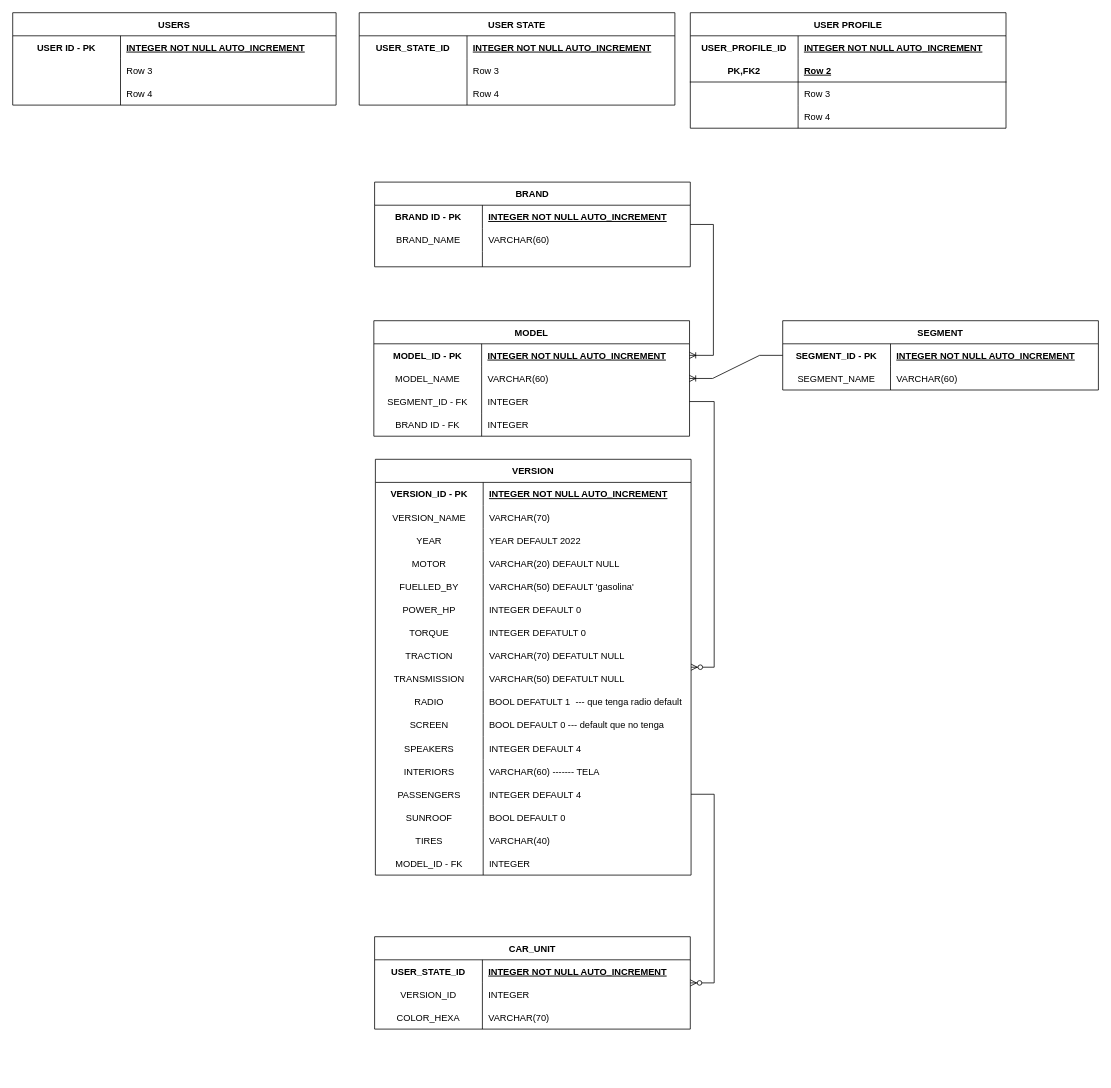
This is Untitled Diagram.drawio from agustinvergara/car-app-backend, a draw.io file, before an edit. Source tidied: cells renumbered, new cells numbered last; positions are measured from the earlier drawing's top-left corner, leaving out a move shared by most shapes. Both pictures are drawn from the tidied source at 77%, with x=0, y=0 at pixel (12, 12).
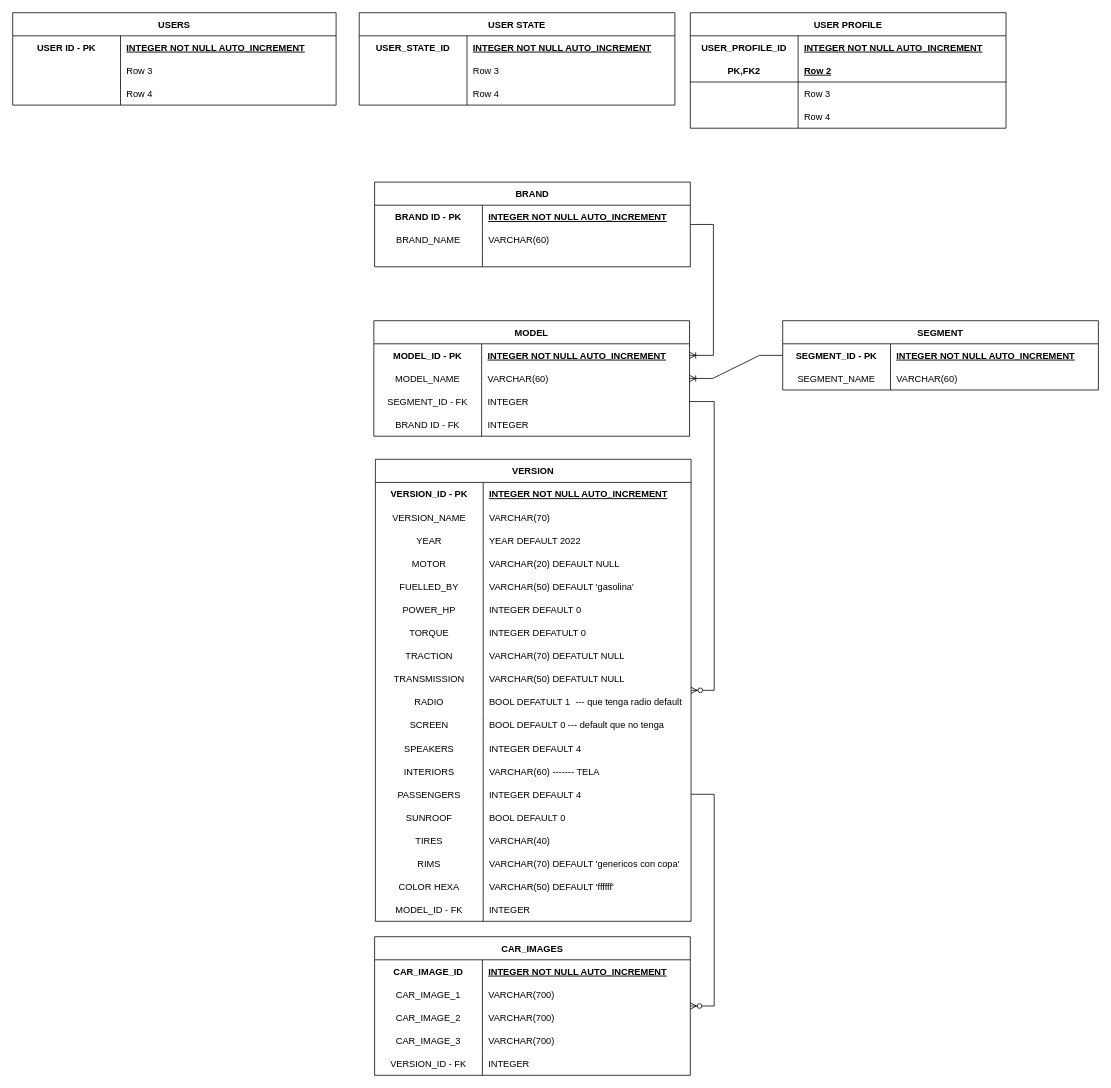
The same diagram, later.

Unchanged cells that the change refers to:
```xml
<mxCell id="118" style="shape=tableRow;horizontal=0;startSize=0;swimlaneHead=0;swimlaneBody=0;fillColor=none;top=0;left=0;right=0;bottom=0;" parent="117" vertex="1">
  <mxGeometry y="30" width="410" height="30" as="geometry" />
</mxCell>
```

Diff of the diagram source:
```diff
@@
     <mxCell id="65" value="VERSION" style="shape=table;startSize=30;childLayout=tableLayout;rowLines=0;fontStyle=1;align=center;" parent="1" vertex="1">
-      <mxGeometry x="471" y="580" width="410" height="540" as="geometry" />
+      <mxGeometry x="471" y="580" width="410" height="600" as="geometry" />
     </mxCell>
@@
+    <mxCell id="131" style="shape=tableRow;horizontal=0;startSize=0;swimlaneHead=0;swimlaneBody=0;fillColor=none;top=0;left=0;right=0;bottom=0;" parent="65" vertex="1">
+      <mxGeometry y="510" width="410" height="30" as="geometry" />
+    </mxCell>
+    <mxCell id="132" value="RIMS" style="shape=partialRectangle;fillColor=none;top=0;left=0;bottom=0;right=0;overflow=hidden;" parent="131" vertex="1">
+      <mxGeometry width="140" height="30" as="geometry" />
+    </mxCell>
+    <mxCell id="133" value="VARCHAR(70) DEFAULT 'genericos con copa'" style="shape=partialRectangle;fillColor=none;top=0;left=0;bottom=0;right=0;align=left;spacingLeft=6;overflow=hidden;" parent="131" vertex="1">
+      <mxGeometry x="140" width="270" height="30" as="geometry" />
+    </mxCell>
+    <mxCell id="134" style="shape=tableRow;horizontal=0;startSize=0;swimlaneHead=0;swimlaneBody=0;fillColor=none;top=0;left=0;right=0;bottom=0;" parent="65" vertex="1">
+      <mxGeometry y="540" width="410" height="30" as="geometry" />
+    </mxCell>
+    <mxCell id="135" value="COLOR HEXA" style="shape=partialRectangle;fillColor=none;top=0;left=0;bottom=0;right=0;overflow=hidden;" parent="134" vertex="1">
+      <mxGeometry width="140" height="30" as="geometry" />
+    </mxCell>
+    <mxCell id="136" value="VARCHAR(50) DEFAULT 'ffffff'" style="shape=partialRectangle;fillColor=none;top=0;left=0;bottom=0;right=0;align=left;spacingLeft=6;overflow=hidden;" parent="134" vertex="1">
+      <mxGeometry x="140" width="270" height="30" as="geometry" />
+    </mxCell>
     <mxCell id="114" style="shape=tableRow;horizontal=0;startSize=0;swimlaneHead=0;swimlaneBody=0;fillColor=none;top=0;left=0;right=0;bottom=0;" parent="65" vertex="1">
-      <mxGeometry y="510" width="410" height="30" as="geometry" />
+      <mxGeometry y="570" width="410" height="30" as="geometry" />
     </mxCell>
@@
-    <mxCell id="117" value="CAR_UNIT" style="shape=table;startSize=30;childLayout=tableLayout;rowLines=0;fontStyle=1;align=center;" parent="1" vertex="1">
-      <mxGeometry x="470" y="1200" width="410" height="120" as="geometry" />
+    <mxCell id="117" value="CAR_IMAGES" style="shape=table;startSize=30;childLayout=tableLayout;rowLines=0;fontStyle=1;align=center;" parent="1" vertex="1">
+      <mxGeometry x="470" y="1200" width="410" height="180" as="geometry" />
     </mxCell>
@@
-    <mxCell id="119" value="USER_STATE_ID" style="shape=partialRectangle;fillColor=none;top=0;left=0;bottom=0;right=0;fontStyle=1;overflow=hidden;" parent="118" vertex="1">
+    <mxCell id="119" value="CAR_IMAGE_ID" style="shape=partialRectangle;fillColor=none;top=0;left=0;bottom=0;right=0;fontStyle=1;overflow=hidden;" parent="118" vertex="1">
       <mxGeometry width="140" height="30" as="geometry" />
     </mxCell>
@@
+    <mxCell id="124" style="shape=tableRow;horizontal=0;startSize=0;swimlaneHead=0;swimlaneBody=0;fillColor=none;top=0;left=0;right=0;bottom=0;" parent="117" vertex="1">
+      <mxGeometry y="60" width="410" height="30" as="geometry" />
+    </mxCell>
+    <mxCell id="125" value="CAR_IMAGE_1" style="shape=partialRectangle;fillColor=none;top=0;left=0;bottom=0;right=0;overflow=hidden;" parent="124" vertex="1">
+      <mxGeometry width="140" height="30" as="geometry" />
+    </mxCell>
+    <mxCell id="126" value="VARCHAR(700)" style="shape=partialRectangle;fillColor=none;top=0;left=0;bottom=0;right=0;align=left;spacingLeft=6;overflow=hidden;" parent="124" vertex="1">
+      <mxGeometry x="140" width="270" height="30" as="geometry" />
+    </mxCell>
+    <mxCell id="137" style="shape=tableRow;horizontal=0;startSize=0;swimlaneHead=0;swimlaneBody=0;fillColor=none;top=0;left=0;right=0;bottom=0;" parent="117" vertex="1">
+      <mxGeometry y="90" width="410" height="30" as="geometry" />
+    </mxCell>
+    <mxCell id="138" value="CAR_IMAGE_2" style="shape=partialRectangle;fillColor=none;top=0;left=0;bottom=0;right=0;overflow=hidden;" parent="137" vertex="1">
+      <mxGeometry width="140" height="30" as="geometry" />
+    </mxCell>
+    <mxCell id="139" value="VARCHAR(700)" style="shape=partialRectangle;fillColor=none;top=0;left=0;bottom=0;right=0;align=left;spacingLeft=6;overflow=hidden;" parent="137" vertex="1">
+      <mxGeometry x="140" width="270" height="30" as="geometry" />
+    </mxCell>
+    <mxCell id="140" style="shape=tableRow;horizontal=0;startSize=0;swimlaneHead=0;swimlaneBody=0;fillColor=none;top=0;left=0;right=0;bottom=0;" parent="117" vertex="1">
+      <mxGeometry y="120" width="410" height="30" as="geometry" />
+    </mxCell>
+    <mxCell id="141" value="CAR_IMAGE_3" style="shape=partialRectangle;fillColor=none;top=0;left=0;bottom=0;right=0;overflow=hidden;" parent="140" vertex="1">
+      <mxGeometry width="140" height="30" as="geometry" />
+    </mxCell>
+    <mxCell id="142" value="VARCHAR(700)" style="shape=partialRectangle;fillColor=none;top=0;left=0;bottom=0;right=0;align=left;spacingLeft=6;overflow=hidden;" parent="140" vertex="1">
+      <mxGeometry x="140" width="270" height="30" as="geometry" />
+    </mxCell>
     <mxCell id="121" style="shape=tableRow;horizontal=0;startSize=0;swimlaneHead=0;swimlaneBody=0;fillColor=none;top=0;left=0;right=0;bottom=0;" parent="117" vertex="1">
-      <mxGeometry y="60" width="410" height="30" as="geometry" />
+      <mxGeometry y="150" width="410" height="30" as="geometry" />
     </mxCell>
-    <mxCell id="122" value="VERSION_ID" style="shape=partialRectangle;fillColor=none;top=0;left=0;bottom=0;right=0;overflow=hidden;" parent="121" vertex="1">
+    <mxCell id="122" value="VERSION_ID - FK" style="shape=partialRectangle;fillColor=none;top=0;left=0;bottom=0;right=0;overflow=hidden;" parent="121" vertex="1">
       <mxGeometry width="140" height="30" as="geometry" />
     </mxCell>
@@
-    <mxCell id="124" style="shape=tableRow;horizontal=0;startSize=0;swimlaneHead=0;swimlaneBody=0;fillColor=none;top=0;left=0;right=0;bottom=0;" parent="117" vertex="1">
-      <mxGeometry y="90" width="410" height="30" as="geometry" />
-    </mxCell>
-    <mxCell id="125" value="COLOR_HEXA" style="shape=partialRectangle;fillColor=none;top=0;left=0;bottom=0;right=0;overflow=hidden;" parent="124" vertex="1">
-      <mxGeometry width="140" height="30" as="geometry" />
-    </mxCell>
-    <mxCell id="126" value="VARCHAR(70)" style="shape=partialRectangle;fillColor=none;top=0;left=0;bottom=0;right=0;align=left;spacingLeft=6;overflow=hidden;" parent="124" vertex="1">
-      <mxGeometry x="140" width="270" height="30" as="geometry" />
-    </mxCell>
```
